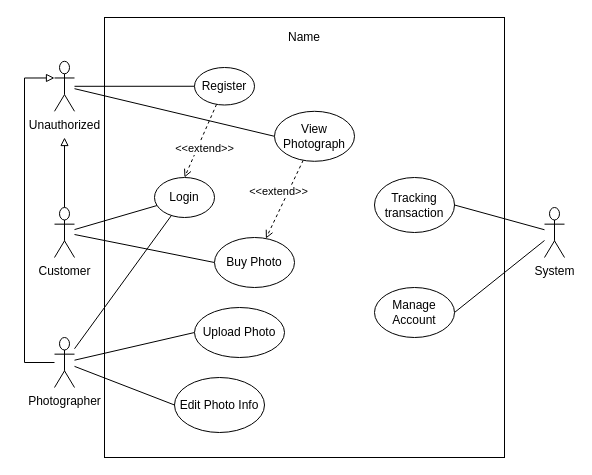
Before: UntitledDiagram.drawio in guffghoul/capstone_blockchain, a draw.io diagram. Source tidied: cells renumbered, new cells numbered last; positions are measured from the earlier drawing's top-left corner, leaving out a move shared by most shapes. Both pictures are drawn from the tidied source at 100%, with x=0, y=0 at pixel (24, 17).
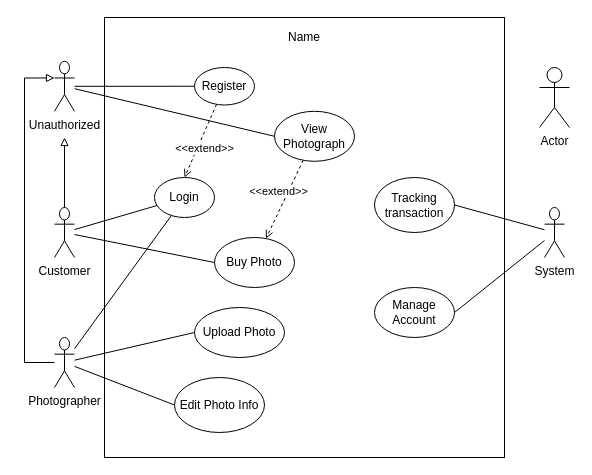
The same page after the edit.

Diff of the diagram source:
```diff
@@
+    <mxCell id="31" value="Actor" style="shape=umlActor;verticalLabelPosition=bottom;verticalAlign=top;html=1;" parent="1" vertex="1">
+      <mxGeometry x="515" y="50" width="30" height="60" as="geometry" />
+    </mxCell>
```
